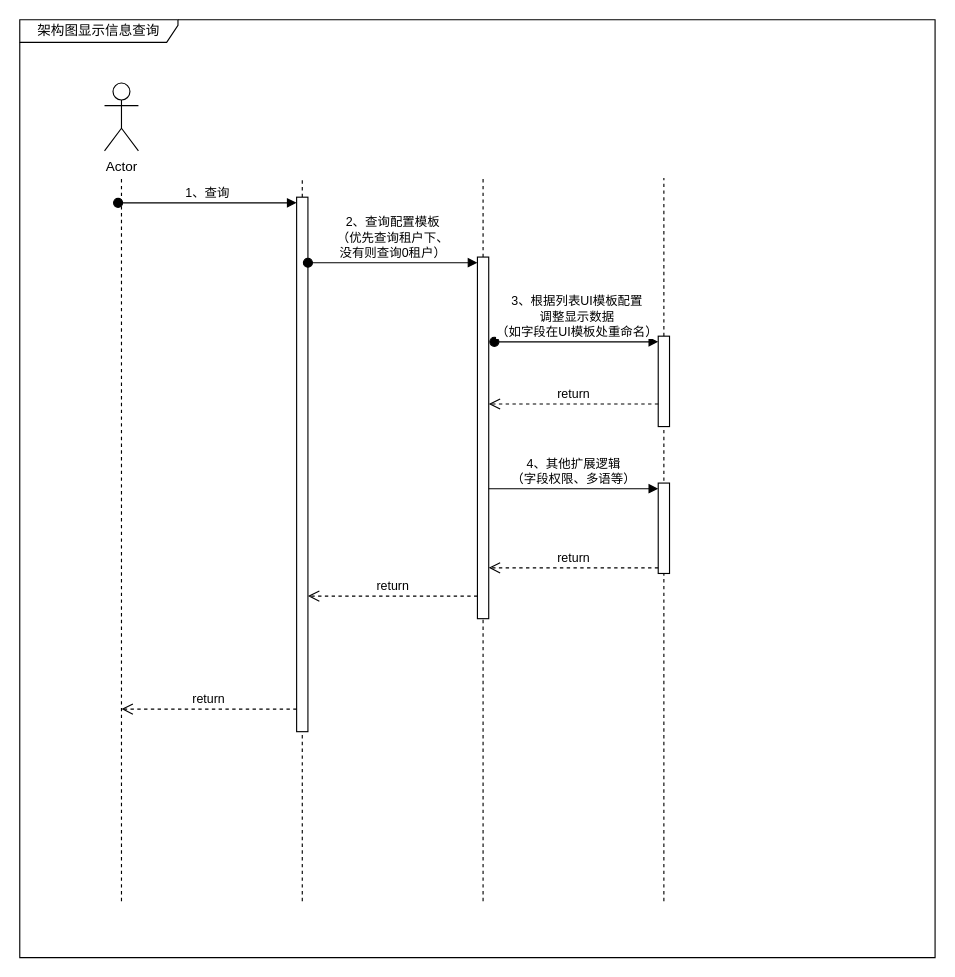
Above: 架构图-显示信息-查询.drawio in Super-YYQ/drawIo (draw.io), before the change. Source tidied: cells renumbered, new cells numbered last; positions are measured from the earlier drawing's top-left corner, leaving out a move shared by most shapes. Both pictures are drawn from the tidied source at 113%, with x=0, y=0 at pixel (19, 19).
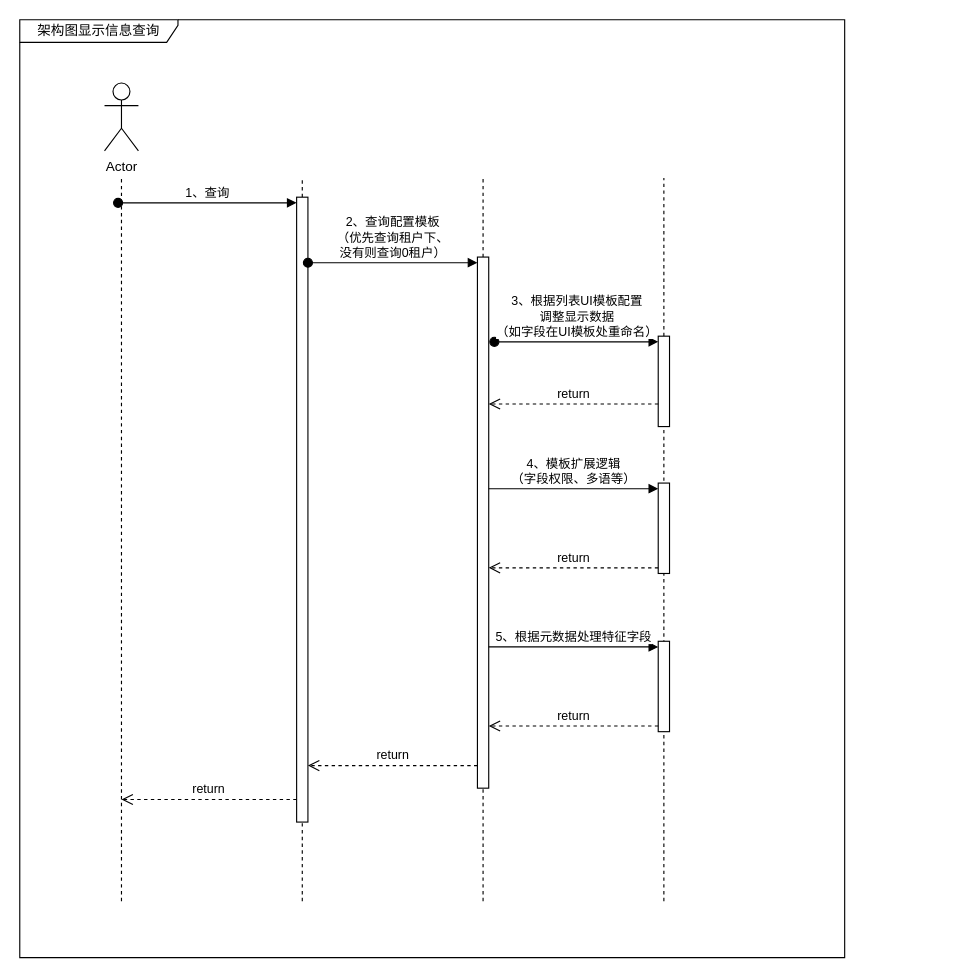
The same page after the edit.

Commit message:
更新架构图-显示信息-查询.drawio

Unchanged cells that the change refers to:
```xml
<mxCell id="18" style="html=1;points=[[0,0,0,0,5],[0,1,0,0,-5],[1,0,0,0,5],[1,1,0,0,-5]];perimeter=orthogonalPerimeter;outlineConnect=0;targetShapes=umlLifeline;portConstraint=eastwest;newEdgeStyle={&quot;curved&quot;:0,&quot;rounded&quot;:0};" parent="1" vertex="1">
  <mxGeometry x="565" y="410" width="10" height="80" as="geometry" />
</mxCell>
```

The edit, as a diff of the source:
```diff
@@
     <mxCell id="7" value="架构图显示信息查询" style="shape=umlFrame;whiteSpace=wrap;html=1;width=140;height=20;" parent="1" vertex="1">
-      <mxGeometry width="810" height="830" as="geometry" />
+      <mxGeometry width="730" height="830" as="geometry" />
     </mxCell>
@@
     <mxCell id="10" style="html=1;points=[[0,0,0,0,5],[0,1,0,0,-5],[1,0,0,0,5],[1,1,0,0,-5]];perimeter=orthogonalPerimeter;outlineConnect=0;targetShapes=umlLifeline;portConstraint=eastwest;newEdgeStyle={&quot;curved&quot;:0,&quot;rounded&quot;:0};" parent="1" vertex="1">
-      <mxGeometry x="245" y="157" width="10" height="473" as="geometry" />
+      <mxGeometry x="245" y="157" width="10" height="553" as="geometry" />
     </mxCell>
     <mxCell id="11" style="html=1;points=[[0,0,0,0,5],[0,1,0,0,-5],[1,0,0,0,5],[1,1,0,0,-5]];perimeter=orthogonalPerimeter;outlineConnect=0;targetShapes=umlLifeline;portConstraint=eastwest;newEdgeStyle={&quot;curved&quot;:0,&quot;rounded&quot;:0};" parent="1" vertex="1">
-      <mxGeometry x="405" y="210" width="10" height="320" as="geometry" />
+      <mxGeometry x="405" y="210" width="10" height="470" as="geometry" />
     </mxCell>
@@
     <mxCell id="17" value="return" style="html=1;verticalAlign=bottom;endArrow=open;dashed=1;endSize=8;curved=0;rounded=0;" parent="1" edge="1">
       <mxGeometry relative="1" as="geometry">
-        <mxPoint x="405" y="510" as="sourcePoint" />
-        <mxPoint x="255" y="510" as="targetPoint" />
+        <mxPoint x="405" y="660" as="sourcePoint" />
+        <mxPoint x="255" y="660" as="targetPoint" />
         <Array as="points">
-          <mxPoint x="330" y="510" />
+          <mxPoint x="330" y="660" />
         </Array>
       </mxGeometry>
     </mxCell>
@@
-    <mxCell id="19" value="4、其他扩展逻辑&lt;br&gt;（字段权限、多语等）" style="html=1;verticalAlign=bottom;endArrow=block;curved=0;rounded=0;entryX=0;entryY=0;entryDx=0;entryDy=5;" parent="1" edge="1" target="18">
+    <mxCell id="19" value="4、模板扩展逻辑&lt;br&gt;（字段权限、多语等）" style="html=1;verticalAlign=bottom;endArrow=block;curved=0;rounded=0;entryX=0;entryY=0;entryDx=0;entryDy=5;" parent="1" edge="1" target="18">
       <mxGeometry relative="1" as="geometry">
         <mxPoint x="415" y="415" as="sourcePoint" />
       </mxGeometry>
     </mxCell>
@@
-    <mxCell id="21" value="return" style="html=1;verticalAlign=bottom;endArrow=open;dashed=1;endSize=8;curved=0;rounded=0;" parent="1" edge="1" source="10">
+    <mxCell id="21" value="return" style="html=1;verticalAlign=bottom;endArrow=open;dashed=1;endSize=8;curved=0;rounded=0;" parent="1" edge="1">
       <mxGeometry relative="1" as="geometry">
-        <mxPoint x="90" y="610" as="targetPoint" />
+        <mxPoint x="245" y="690" as="sourcePoint" />
+        <mxPoint x="90" y="690" as="targetPoint" />
       </mxGeometry>
     </mxCell>
+    <mxCell id="22" style="html=1;points=[[0,0,0,0,5],[0,1,0,0,-5],[1,0,0,0,5],[1,1,0,0,-5]];perimeter=orthogonalPerimeter;outlineConnect=0;targetShapes=umlLifeline;portConstraint=eastwest;newEdgeStyle={&quot;curved&quot;:0,&quot;rounded&quot;:0};" parent="1" vertex="1">
+      <mxGeometry x="565" y="550" width="10" height="80" as="geometry" />
+    </mxCell>
+    <mxCell id="23" value="5、根据元数据处理特征字段" style="html=1;verticalAlign=bottom;endArrow=block;curved=0;rounded=0;entryX=0;entryY=0;entryDx=0;entryDy=5;" parent="1" edge="1" source="11" target="22">
+      <mxGeometry relative="1" as="geometry" />
+    </mxCell>
+    <mxCell id="24" value="return" style="html=1;verticalAlign=bottom;endArrow=open;dashed=1;endSize=8;curved=0;rounded=0;exitX=0;exitY=1;exitDx=0;exitDy=-5;" parent="1" edge="1" source="22" target="11">
+      <mxGeometry relative="1" as="geometry" />
+    </mxCell>
```
